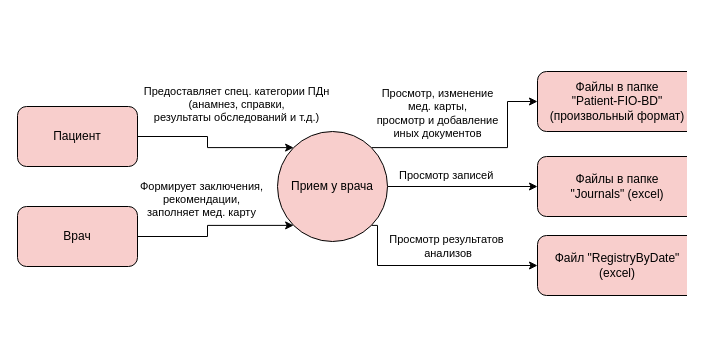
Before: Task1/df2i.drawio in TAraya/architecture-medikamente, a draw.io diagram. Source tidied: cells renumbered, new cells numbered last; positions are measured from the earlier drawing's top-left corner, leaving out a move shared by most shapes. Both pictures are drawn from the tidied source at 100%, with x=0, y=0 at pixel (17, 66).
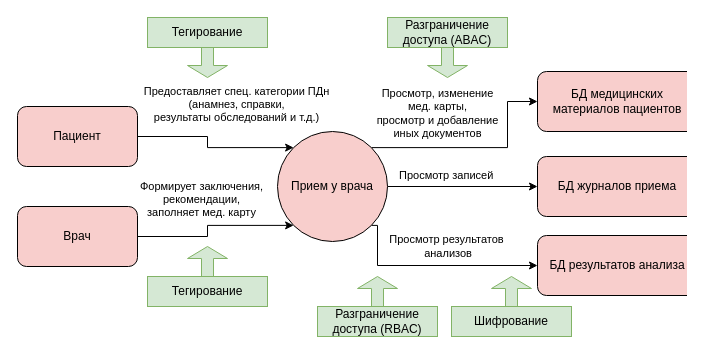
The same page after the edit.

What changed in the source:
```diff
@@
-    <mxCell id="13" value="Файлы в папке&lt;br&gt;&quot;Patient-FIO-BD&quot;&lt;br&gt;(произвольный формат)" style="rounded=1;whiteSpace=wrap;html=1;fillColor=#f8cecc;strokeColor=#000000;" parent="1" vertex="1">
+    <mxCell id="13" value="БД медицинских материалов пациентов" style="rounded=1;whiteSpace=wrap;html=1;fillColor=#f8cecc;strokeColor=#000000;" parent="1" vertex="1">
       <mxGeometry x="520" y="5" width="160" height="60" as="geometry" />
     </mxCell>
@@
-    <mxCell id="17" value="Файлы в папке&lt;br&gt;&quot;Journals&quot; (excel)" style="rounded=1;whiteSpace=wrap;html=1;fillColor=#f8cecc;strokeColor=#000000;" parent="1" vertex="1">
+    <mxCell id="17" value="БД журналов приема" style="rounded=1;whiteSpace=wrap;html=1;fillColor=#f8cecc;strokeColor=#000000;" parent="1" vertex="1">
       <mxGeometry x="520" y="90" width="160" height="60" as="geometry" />
     </mxCell>
-    <mxCell id="18" value="Файл &quot;RegistryByDate&quot;&lt;br&gt;(excel)" style="rounded=1;whiteSpace=wrap;html=1;fillColor=#f8cecc;strokeColor=#000000;" parent="1" vertex="1">
+    <mxCell id="18" value="БД результатов анализа" style="rounded=1;whiteSpace=wrap;html=1;fillColor=#f8cecc;strokeColor=#000000;" parent="1" vertex="1">
       <mxGeometry x="520" y="169" width="160" height="60" as="geometry" />
     </mxCell>
@@
+    <mxCell id="21" style="shape=singleArrow;direction=north;whiteSpace=wrap;html=1;fillColor=#d5e8d4;strokeColor=#82b366;" parent="1" vertex="1">
+      <mxGeometry x="340" y="210" width="40" height="60" as="geometry" />
+    </mxCell>
+    <mxCell id="22" value="Разграничение доступа (RBAC)" style="rounded=0;whiteSpace=wrap;html=1;fillColor=#d5e8d4;strokeColor=#82b366;" parent="1" vertex="1">
+      <mxGeometry x="300" y="240" width="120" height="30" as="geometry" />
+    </mxCell>
+    <mxCell id="23" style="shape=singleArrow;direction=south;whiteSpace=wrap;html=1;fillColor=#d5e8d4;strokeColor=#82b366;" parent="1" vertex="1">
+      <mxGeometry x="410" y="-49" width="40" height="60" as="geometry" />
+    </mxCell>
+    <mxCell id="24" value="Разграничение доступа (ABAC)" style="rounded=0;whiteSpace=wrap;html=1;fillColor=#d5e8d4;strokeColor=#82b366;" parent="1" vertex="1">
+      <mxGeometry x="370" y="-49" width="120" height="30" as="geometry" />
+    </mxCell>
+    <mxCell id="25" style="shape=singleArrow;direction=north;whiteSpace=wrap;html=1;fillColor=#d5e8d4;strokeColor=#82b366;" parent="1" vertex="1">
+      <mxGeometry x="474" y="210" width="40" height="60" as="geometry" />
+    </mxCell>
+    <mxCell id="26" value="Шифрование" style="rounded=0;whiteSpace=wrap;html=1;fillColor=#d5e8d4;strokeColor=#82b366;" parent="1" vertex="1">
+      <mxGeometry x="434" y="240" width="120" height="30" as="geometry" />
+    </mxCell>
+    <mxCell id="27" style="shape=singleArrow;direction=south;whiteSpace=wrap;html=1;fillColor=#d5e8d4;strokeColor=#82b366;" parent="1" vertex="1">
+      <mxGeometry x="170" y="-49" width="40" height="60" as="geometry" />
+    </mxCell>
+    <mxCell id="28" value="Тегирование" style="rounded=0;whiteSpace=wrap;html=1;fillColor=#d5e8d4;strokeColor=#82b366;" parent="1" vertex="1">
+      <mxGeometry x="130" y="-49" width="120" height="30" as="geometry" />
+    </mxCell>
+    <mxCell id="29" style="shape=singleArrow;direction=north;whiteSpace=wrap;html=1;fillColor=#d5e8d4;strokeColor=#82b366;" parent="1" vertex="1">
+      <mxGeometry x="170" y="180" width="40" height="60" as="geometry" />
+    </mxCell>
+    <mxCell id="30" value="Тегирование" style="rounded=0;whiteSpace=wrap;html=1;fillColor=#d5e8d4;strokeColor=#82b366;" parent="1" vertex="1">
+      <mxGeometry x="130" y="210" width="120" height="30" as="geometry" />
+    </mxCell>
```
